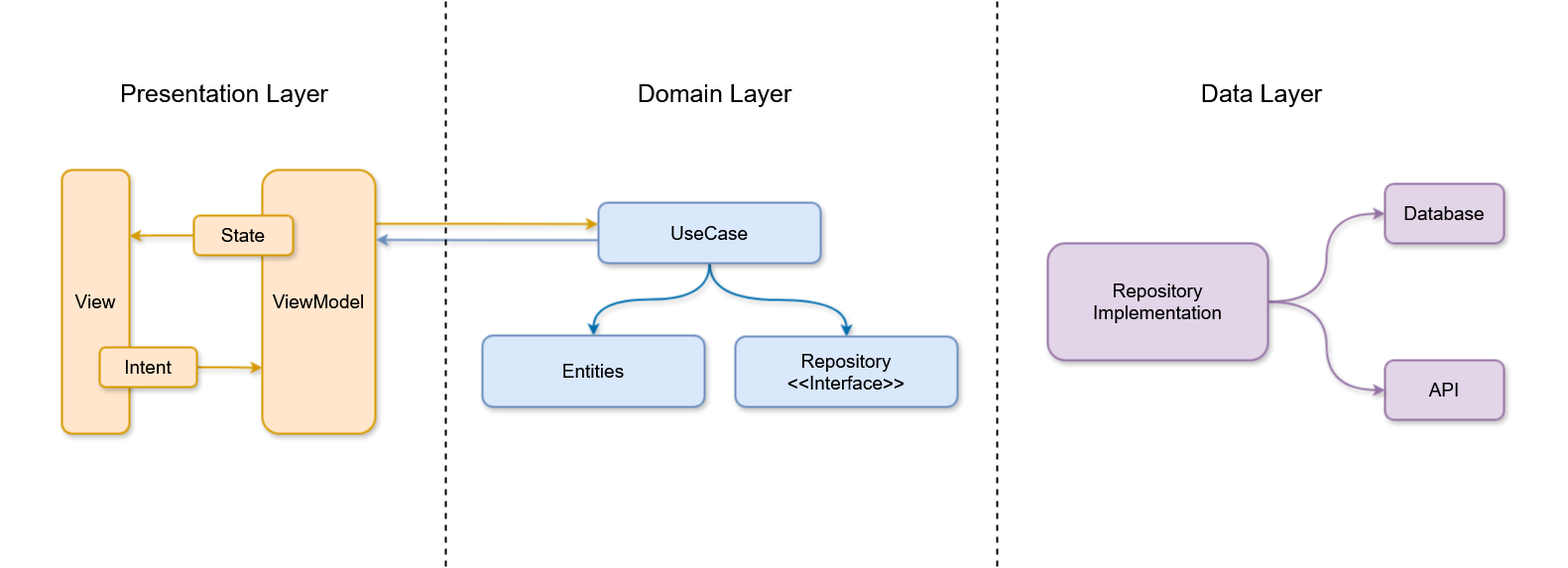
Above: readme/images/read_out_architecture.png in tawhidmonowar/ReadOut (draw.io), before the change. Source tidied: cells renumbered, new cells last; positions are measured from the earlier drawing's top-left corner, leaving out a move shared by most shapes.
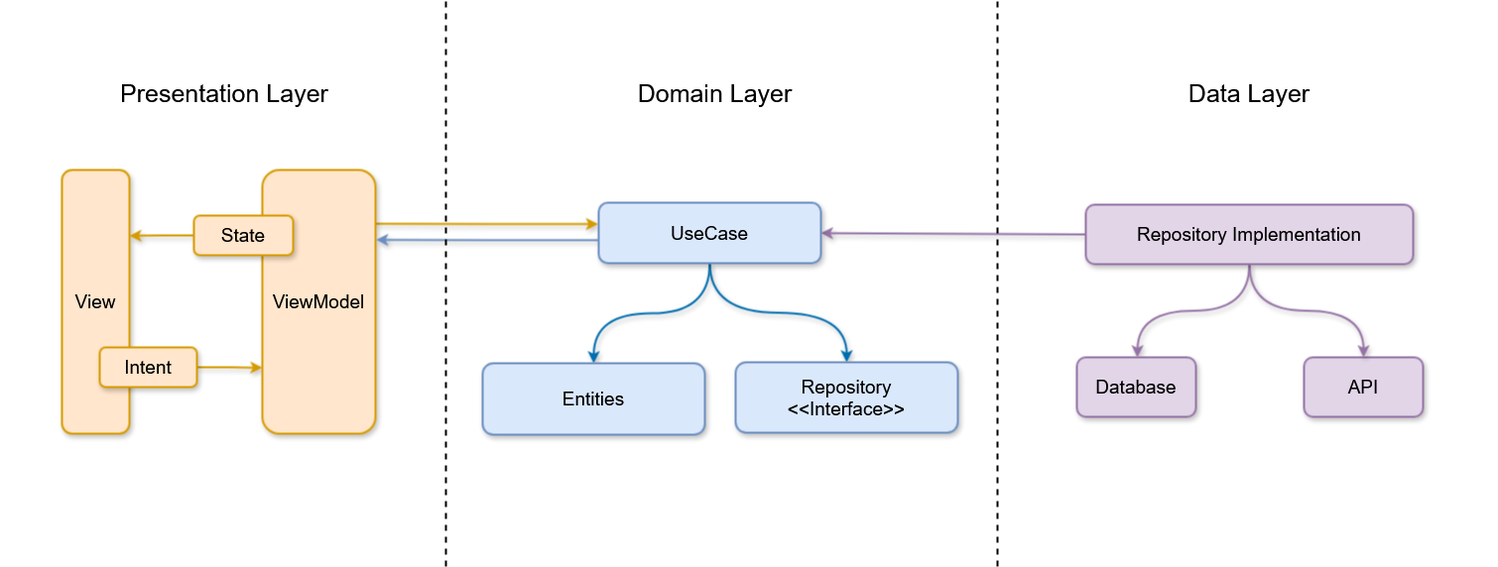
The same file after the commit.

What changed in the source:
```diff
@@ -3,10 +3,10 @@
     <mxCell id="0" />
     <mxCell id="1" parent="0" />
     <mxCell id="2" style="rounded=0;whiteSpace=wrap;html=1;strokeColor=none;dashed=1;strokeWidth=2;" parent="1" vertex="1">
-      <mxGeometry width="1580" height="570" as="geometry" />
+      <mxGeometry width="1510" height="570" as="geometry" />
     </mxCell>
     <mxCell id="3" value="&lt;span&gt;API&lt;/span&gt;" style="whiteSpace=wrap;html=1;rounded=1;labelBackgroundColor=none;shadow=1;fontFamily=Helvetica;fillColor=#e1d5e7;strokeColor=#9673a6;fontStyle=0;fontSize=19;strokeWidth=2;" parent="1" vertex="1">
-      <mxGeometry x="1396" y="363" width="120" height="60" as="geometry" />
+      <mxGeometry x="1314" y="360" width="120" height="60" as="geometry" />
     </mxCell>
     <mxCell id="4" value="&lt;span&gt;View&lt;/span&gt;" style="rounded=1;whiteSpace=wrap;html=1;glass=0;shadow=1;labelBackgroundColor=none;fillStyle=solid;fontFamily=Helvetica;fillColor=#ffe6cc;strokeColor=#d79b00;fontStyle=0;fontSize=19;strokeWidth=2;" parent="1" vertex="1">
       <mxGeometry x="62" y="171" width="68" height="266" as="geometry" />
@@ -29,17 +29,22 @@
     <mxCell id="10" style="edgeStyle=orthogonalEdgeStyle;rounded=0;jettySize=auto;html=1;curved=0;fillColor=#b1ddf0;strokeColor=#6C8EBF;shadow=1;exitX=-0.001;exitY=0.62;exitDx=0;exitDy=0;entryX=1.006;entryY=0.265;entryDx=0;entryDy=0;strokeWidth=2;exitPerimeter=0;entryPerimeter=0;" parent="1" edge="1" source="23" target="9">
       <mxGeometry relative="1" as="geometry" />
     </mxCell>
-    <mxCell id="11" style="edgeStyle=orthogonalEdgeStyle;rounded=0;jettySize=auto;html=1;curved=1;labelBackgroundColor=none;shadow=1;fontFamily=Helvetica;fillColor=#e1d5e7;strokeColor=#9673a6;fontStyle=0;fontSize=19;strokeWidth=2;" parent="1" edge="1" source="13" target="14">
-      <mxGeometry relative="1" as="geometry" />
+    <mxCell id="11" style="edgeStyle=orthogonalEdgeStyle;rounded=0;jettySize=auto;html=1;curved=1;labelBackgroundColor=none;shadow=1;fontFamily=Helvetica;fillColor=#e1d5e7;strokeColor=#9673a6;fontStyle=0;fontSize=19;strokeWidth=2;" parent="1" edge="1" source="13">
+      <mxGeometry relative="1" as="geometry">
+        <mxPoint x="1146" y="360" as="targetPoint" />
+      </mxGeometry>
     </mxCell>
     <mxCell id="12" style="edgeStyle=orthogonalEdgeStyle;rounded=0;jettySize=auto;html=1;curved=1;labelBackgroundColor=none;shadow=1;fontFamily=Helvetica;fillColor=#e1d5e7;strokeColor=#9673a6;fontStyle=0;fontSize=19;strokeWidth=2;" parent="1" edge="1" source="13" target="3">
       <mxGeometry relative="1" as="geometry" />
     </mxCell>
+    <mxCell id="26" style="edgeStyle=orthogonalEdgeStyle;rounded=0;jettySize=auto;html=1;strokeWidth=2;shadow=1;curved=1;fillColor=#e1d5e7;strokeColor=#9673a6;" parent="1" edge="1" source="13" target="23">
+      <mxGeometry relative="1" as="geometry" />
+    </mxCell>
     <mxCell id="13" value="&lt;span&gt;Repository Implementation&lt;/span&gt;" style="rounded=1;whiteSpace=wrap;html=1;labelBackgroundColor=none;shadow=1;fontFamily=Helvetica;fillColor=#e1d5e7;strokeColor=#9673a6;fontStyle=0;fontSize=19;strokeWidth=2;" parent="1" vertex="1">
-      <mxGeometry x="1056" y="245" width="222" height="118" as="geometry" />
+      <mxGeometry x="1094" y="206" width="330" height="60" as="geometry" />
     </mxCell>
     <mxCell id="14" value="&lt;span&gt;Database&lt;/span&gt;" style="whiteSpace=wrap;html=1;rounded=1;labelBackgroundColor=none;shadow=1;fontFamily=Helvetica;fillColor=#e1d5e7;strokeColor=#9673a6;fontStyle=0;fontSize=19;strokeWidth=2;" parent="1" vertex="1">
-      <mxGeometry x="1396" y="185" width="120" height="60" as="geometry" />
+      <mxGeometry x="1085" y="360" width="120" height="60" as="geometry" />
     </mxCell>
     <mxCell id="15" value="&lt;span&gt;State&lt;/span&gt;" style="whiteSpace=wrap;html=1;rounded=1;glass=0;shadow=1;labelBackgroundColor=none;fontFamily=Helvetica;fillColor=#ffe6cc;strokeColor=#d79b00;fontStyle=0;fontSize=19;strokeWidth=2;" parent="1" vertex="1">
       <mxGeometry x="195" y="217" width="100" height="40" as="geometry" />
@@ -57,7 +62,7 @@
       <mxGeometry x="625.5" y="78" width="189" height="30" as="geometry" />
     </mxCell>
     <mxCell id="20" value="&lt;font style=&quot;font-size: 25px;&quot;&gt;&lt;span&gt;Data Layer&lt;/span&gt;&lt;/font&gt;" style="text;html=1;align=center;verticalAlign=middle;whiteSpace=wrap;rounded=0;" parent="1" vertex="1">
-      <mxGeometry x="1152" y="78" width="240" height="30" as="geometry" />
+      <mxGeometry x="1139" y="78" width="240" height="30" as="geometry" />
     </mxCell>
     <mxCell id="21" style="edgeStyle=orthogonalEdgeStyle;rounded=0;jettySize=auto;html=1;exitX=0.5;exitY=1;exitDx=0;exitDy=0;fillColor=#1ba1e2;strokeColor=#006EAF;curved=1;shadow=1;strokeWidth=2;" parent="1" edge="1" source="23" target="25">
       <mxGeometry relative="1" as="geometry" />
@@ -69,10 +74,10 @@
       <mxGeometry x="603" y="204" width="224" height="61" as="geometry" />
     </mxCell>
     <mxCell id="24" value="Entities" style="rounded=1;whiteSpace=wrap;html=1;labelBackgroundColor=none;shadow=1;fontFamily=Helvetica;fillColor=#dae8fc;strokeColor=#6c8ebf;fontStyle=0;fontSize=19;strokeWidth=2;" parent="1" vertex="1">
-      <mxGeometry x="486" y="338" width="224" height="72" as="geometry" />
+      <mxGeometry x="486" y="366" width="224" height="72" as="geometry" />
     </mxCell>
     <mxCell id="25" value="&lt;div&gt;&lt;span&gt;Repository&lt;/span&gt;&lt;/div&gt;&lt;div&gt;&lt;span&gt;&amp;lt;&amp;lt;Interface&amp;gt;&amp;gt;&lt;br&gt;&lt;/span&gt;&lt;/div&gt;" style="rounded=1;whiteSpace=wrap;html=1;labelBackgroundColor=none;shadow=1;fontFamily=Helvetica;fillColor=#dae8fc;strokeColor=#6c8ebf;fontStyle=0;fontSize=19;strokeWidth=2;" parent="1" vertex="1">
-      <mxGeometry x="741" y="339" width="224" height="71" as="geometry" />
+      <mxGeometry x="741" y="365" width="224" height="71" as="geometry" />
     </mxCell>
   </root>
 </mxGraphModel>
```
